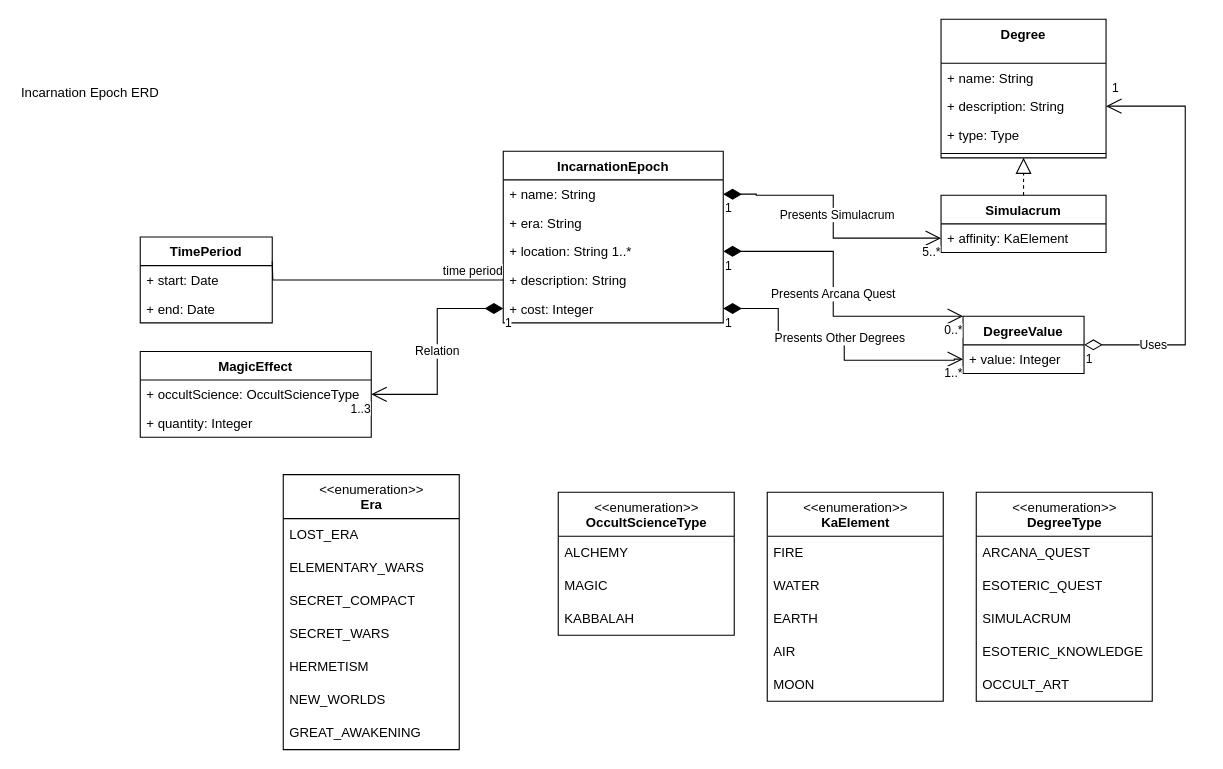
Before: page "Conceptual" (1 of 2) of nephilim.online.creator.conceptual.model.drawio in Rorschachdb/nephilim-creator, a draw.io diagram. Source tidied: cells renumbered, new cells numbered last; positions are measured from the earlier drawing's top-left corner, leaving out a move shared by most shapes. Both pictures are drawn from the tidied source at 110%, with x=0, y=0 at pixel (19, 19).
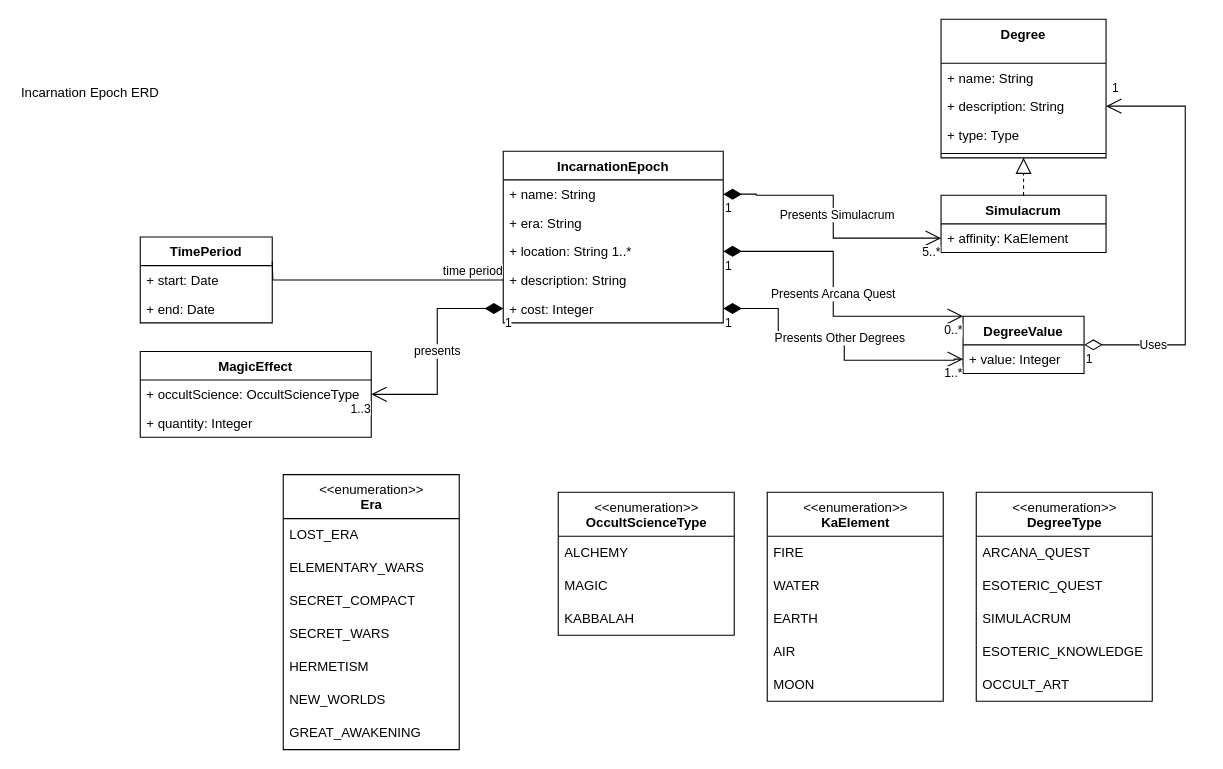
After the change.

Unchanged cells that the change refers to:
```xml
<mxCell id="12" value="+ cost: Integer" style="text;strokeColor=none;fillColor=none;align=left;verticalAlign=top;spacingLeft=4;spacingRight=4;overflow=hidden;points=[[0,0.5],[1,0.5]];portConstraint=eastwest;" parent="7" vertex="1">
  <mxGeometry y="130" width="200" height="26" as="geometry" />
</mxCell>
<mxCell id="16" value="+ occultScience: OccultScienceType" style="text;strokeColor=none;fillColor=none;align=left;verticalAlign=top;spacingLeft=4;spacingRight=4;overflow=hidden;points=[[0,0.5],[1,0.5]];portConstraint=eastwest;" parent="15" vertex="1">
  <mxGeometry y="26" width="210" height="26" as="geometry" />
</mxCell>
```

What changed in the source:
```diff
@@
-    <mxCell id="56" value="Relation" style="endArrow=open;html=1;endSize=12;startArrow=diamondThin;startSize=14;startFill=1;edgeStyle=orthogonalEdgeStyle;rounded=0;exitX=0;exitY=0.5;exitDx=0;exitDy=0;" parent="1" edge="1" source="12" target="16">
+    <mxCell id="56" value="presents" style="endArrow=open;html=1;endSize=12;startArrow=diamondThin;startSize=14;startFill=1;edgeStyle=orthogonalEdgeStyle;rounded=0;exitX=0;exitY=0.5;exitDx=0;exitDy=0;" parent="1" edge="1" source="12" target="16">
       <mxGeometry relative="1" as="geometry" />
     </mxCell>
```
